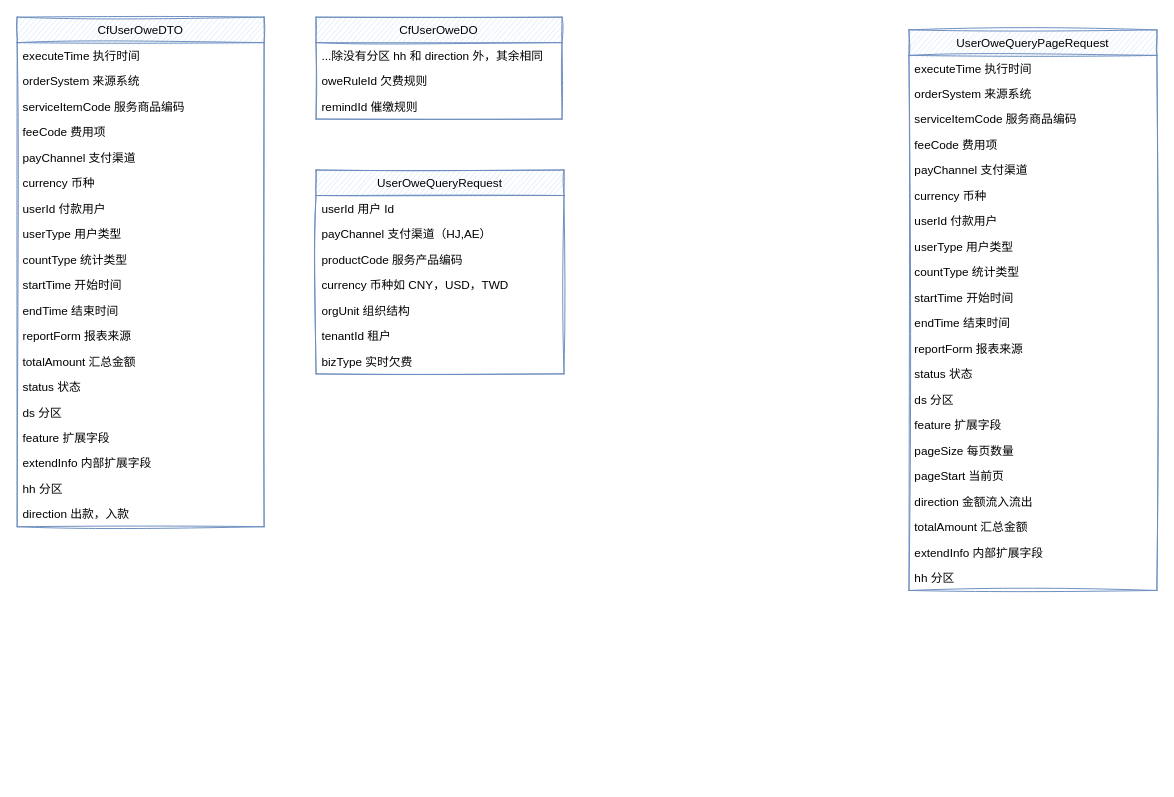
Above: page "欠费接口-cfApi" (4 of 4) of Untitled Diagram.drawio in Lichit-bot/hello-computer (draw.io), before the change. Source tidied: cells renumbered, new cells numbered last; positions are measured from the earlier drawing's top-left corner, leaving out a move shared by most shapes. Both pictures are drawn from the tidied source at 98%, with x=0, y=0 at pixel (17, 17).
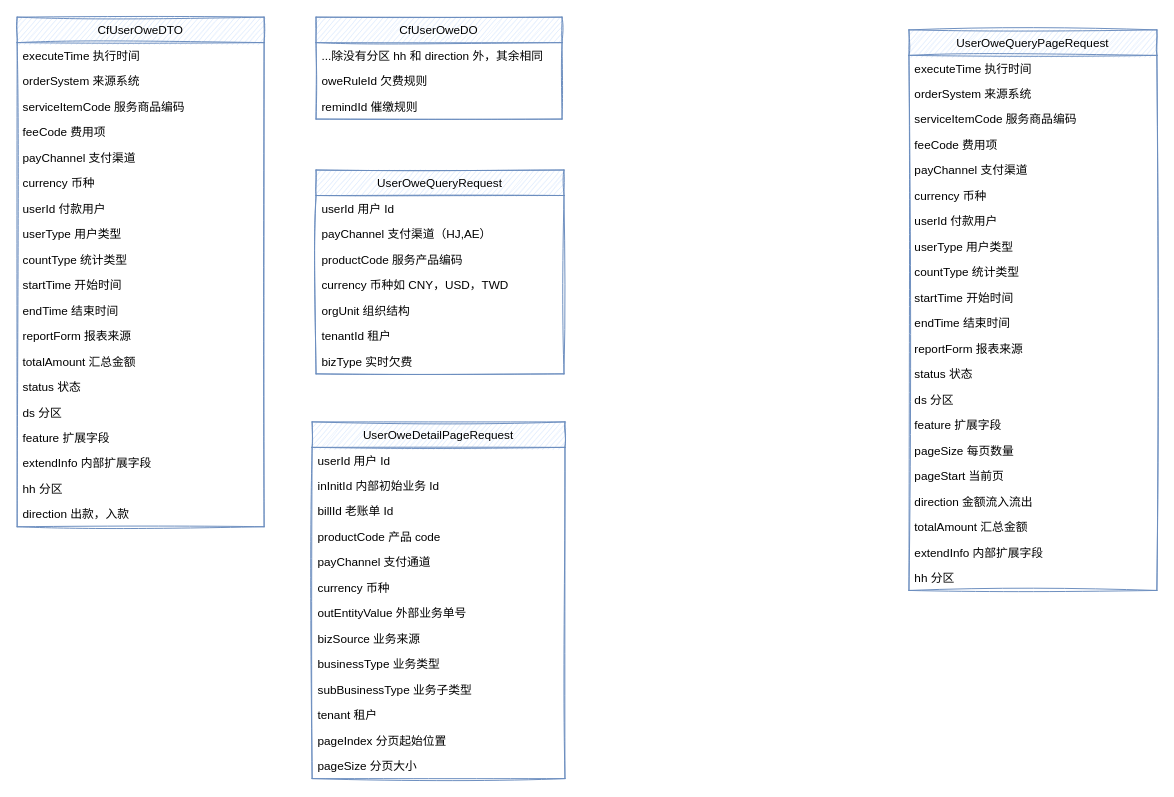
After the change.

The edit, as a diff of the source:
```diff
@@
+    <mxCell id="56" value="UserOweDetailPageRequest" style="swimlane;fontStyle=0;horizontal=1;startSize=26;sketch=1;fillColor=#dae8fc;strokeColor=#6c8ebf;" parent="1" vertex="1">
+      <mxGeometry x="301" y="413" width="258" height="364" as="geometry" />
+    </mxCell>
+    <mxCell id="57" value="userId 用户 Id" style="text;strokeColor=none;fillColor=none;align=left;verticalAlign=top;spacingLeft=4;spacingRight=4;overflow=hidden;" parent="56" vertex="1">
+      <mxGeometry y="26" width="258" height="26" as="geometry" />
+    </mxCell>
+    <mxCell id="58" value="inInitId 内部初始业务 Id" style="text;strokeColor=none;fillColor=none;align=left;verticalAlign=top;spacingLeft=4;spacingRight=4;overflow=hidden;" parent="56" vertex="1">
+      <mxGeometry y="52" width="258" height="26" as="geometry" />
+    </mxCell>
+    <mxCell id="59" value="billId 老账单 Id" style="text;strokeColor=none;fillColor=none;align=left;verticalAlign=top;spacingLeft=4;spacingRight=4;overflow=hidden;" parent="56" vertex="1">
+      <mxGeometry y="78" width="258" height="26" as="geometry" />
+    </mxCell>
+    <mxCell id="60" value="productCode 产品 code" style="text;strokeColor=none;fillColor=none;align=left;verticalAlign=top;spacingLeft=4;spacingRight=4;overflow=hidden;" parent="56" vertex="1">
+      <mxGeometry y="104" width="258" height="26" as="geometry" />
+    </mxCell>
+    <mxCell id="61" value="payChannel 支付通道" style="text;strokeColor=none;fillColor=none;align=left;verticalAlign=top;spacingLeft=4;spacingRight=4;overflow=hidden;" parent="56" vertex="1">
+      <mxGeometry y="130" width="258" height="26" as="geometry" />
+    </mxCell>
+    <mxCell id="62" value="currency 币种" style="text;strokeColor=none;fillColor=none;align=left;verticalAlign=top;spacingLeft=4;spacingRight=4;overflow=hidden;" parent="56" vertex="1">
+      <mxGeometry y="156" width="258" height="26" as="geometry" />
+    </mxCell>
+    <mxCell id="63" value="outEntityValue 外部业务单号" style="text;strokeColor=none;fillColor=none;align=left;verticalAlign=top;spacingLeft=4;spacingRight=4;overflow=hidden;" parent="56" vertex="1">
+      <mxGeometry y="182" width="258" height="26" as="geometry" />
+    </mxCell>
+    <mxCell id="64" value="bizSource 业务来源" style="text;strokeColor=none;fillColor=none;align=left;verticalAlign=top;spacingLeft=4;spacingRight=4;overflow=hidden;" parent="56" vertex="1">
+      <mxGeometry y="208" width="258" height="26" as="geometry" />
+    </mxCell>
+    <mxCell id="65" value="businessType 业务类型" style="text;strokeColor=none;fillColor=none;align=left;verticalAlign=top;spacingLeft=4;spacingRight=4;overflow=hidden;" parent="56" vertex="1">
+      <mxGeometry y="234" width="258" height="26" as="geometry" />
+    </mxCell>
+    <mxCell id="66" value="subBusinessType 业务子类型" style="text;strokeColor=none;fillColor=none;align=left;verticalAlign=top;spacingLeft=4;spacingRight=4;overflow=hidden;" parent="56" vertex="1">
+      <mxGeometry y="260" width="258" height="26" as="geometry" />
+    </mxCell>
+    <mxCell id="67" value="tenant 租户" style="text;strokeColor=none;fillColor=none;align=left;verticalAlign=top;spacingLeft=4;spacingRight=4;overflow=hidden;" parent="56" vertex="1">
+      <mxGeometry y="286" width="258" height="26" as="geometry" />
+    </mxCell>
+    <mxCell id="68" value="pageIndex 分页起始位置" style="text;strokeColor=none;fillColor=none;align=left;verticalAlign=top;spacingLeft=4;spacingRight=4;overflow=hidden;" parent="56" vertex="1">
+      <mxGeometry y="312" width="258" height="26" as="geometry" />
+    </mxCell>
+    <mxCell id="69" value="pageSize 分页大小" style="text;strokeColor=none;fillColor=none;align=left;verticalAlign=top;spacingLeft=4;spacingRight=4;overflow=hidden;" parent="56" vertex="1">
+      <mxGeometry y="338" width="258" height="26" as="geometry" />
+    </mxCell>
```
